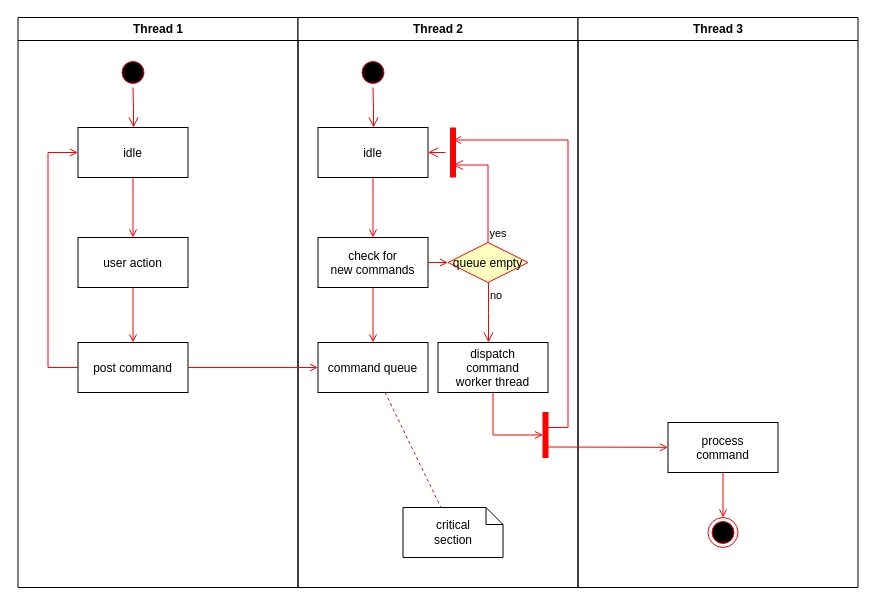
This is Proses Pembayaran.drawio from ratihpn99/rpn, a draw.io file, before an edit. Source tidied: cells renumbered, new cells numbered last; positions are measured from the earlier drawing's top-left corner, leaving out a move shared by most shapes. Both pictures are drawn from the tidied source at 100%, with x=0, y=0 at pixel (17, 17).
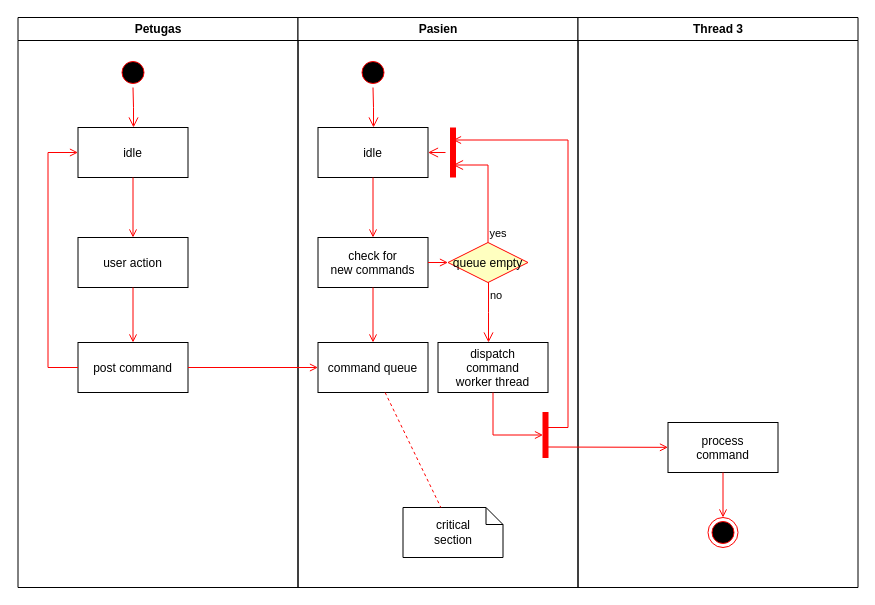
After the change.

Change to the diagram source:
```diff
@@
-    <mxCell id="2" value="Thread 1" style="swimlane;whiteSpace=wrap;" parent="1" vertex="1">
+    <mxCell id="2" value="Petugas" style="swimlane;whiteSpace=wrap;" parent="1" vertex="1">
       <mxGeometry x="0.5" width="280" height="570" as="geometry" />
     </mxCell>
@@
-    <mxCell id="11" value="Thread 2" style="swimlane;whiteSpace=wrap;" parent="1" vertex="1">
+    <mxCell id="11" value="Pasien" style="swimlane;whiteSpace=wrap;" parent="1" vertex="1">
       <mxGeometry x="280.5" width="280" height="570" as="geometry" />
     </mxCell>
```
